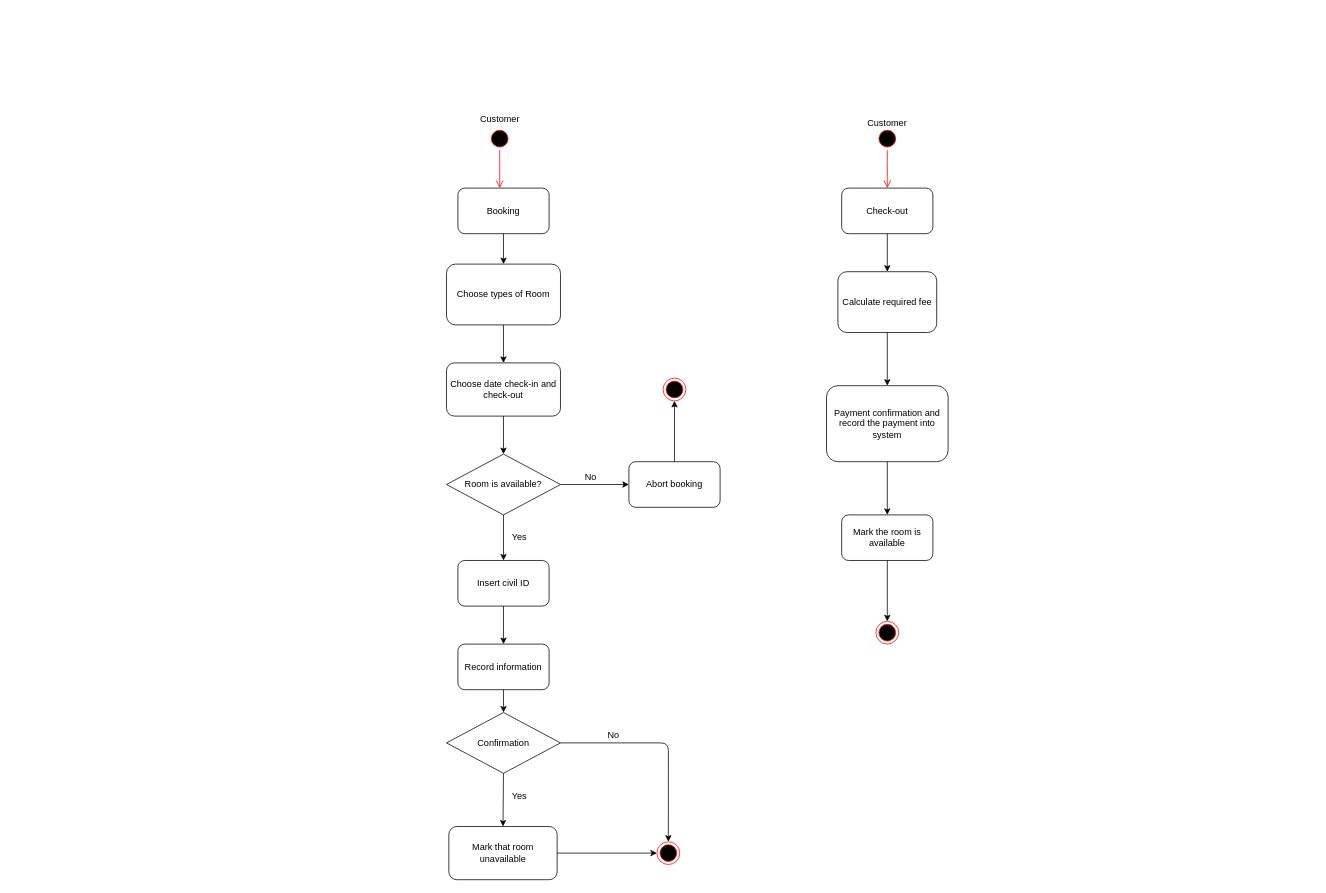
The draw.io diagram Diagram/Activity Diagram.drawio in jonathanha52/SE104.L23.PMCL, before the edit. Source tidied: cells renumbered, new cells numbered last; positions are measured from the earlier drawing's top-left corner, leaving out a move shared by most shapes. Both pictures are drawn from the tidied source at 76%, with x=0, y=0 at pixel (446, 104).
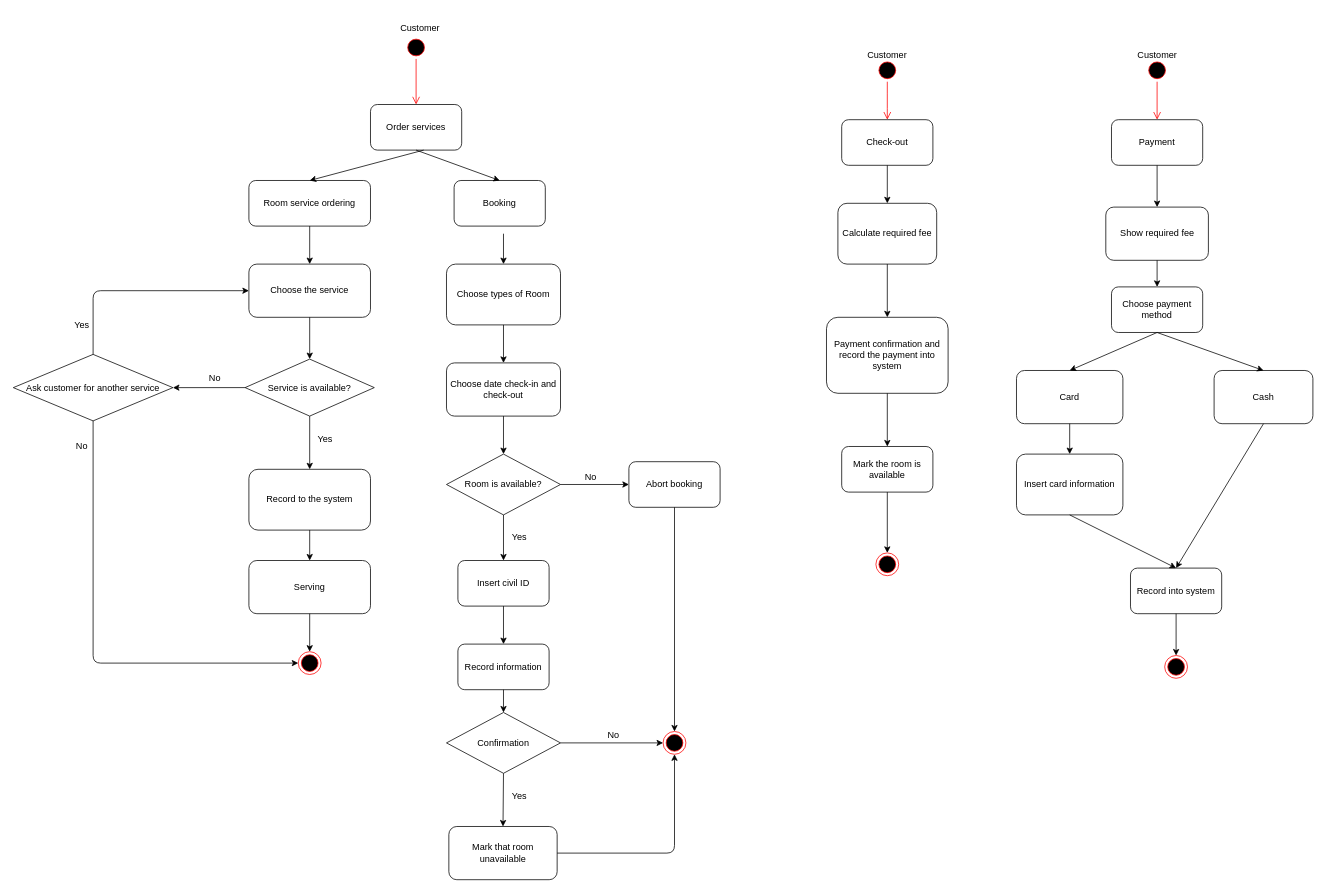
After the change.

Unchanged cells that the change refers to:
```xml
<mxCell id="6" value="Choose types of Room" style="rounded=1;whiteSpace=wrap;html=1;" parent="1" vertex="1">
  <mxGeometry y="210" width="150" height="80" as="geometry" />
</mxCell>
<mxCell id="8" value="Abort booking" style="rounded=1;whiteSpace=wrap;html=1;" parent="1" vertex="1">
  <mxGeometry x="240" y="470" width="120" height="60" as="geometry" />
</mxCell>
<mxCell id="9" value="Room is available?" style="rhombus;whiteSpace=wrap;html=1;" parent="1" vertex="1">
  <mxGeometry y="460" width="150" height="80" as="geometry" />
</mxCell>
<mxCell id="21" value="Mark that room unavailable" style="rounded=1;whiteSpace=wrap;html=1;" parent="1" vertex="1">
  <mxGeometry x="3.1" y="950" width="142.5" height="70" as="geometry" />
</mxCell>
<mxCell id="27" value="Confirmation" style="rhombus;whiteSpace=wrap;html=1;" parent="1" vertex="1">
  <mxGeometry y="800" width="150" height="80" as="geometry" />
</mxCell>
```

Diff of the diagram source:
```diff
@@
-    <mxCell id="2" style="ellipse;html=1;shape=startState;fillColor=#000000;strokeColor=#ff0000;" parent="1" vertex="1">
-      <mxGeometry x="55" y="30" width="30" height="30" as="geometry" />
-    </mxCell>
-    <mxCell id="3" style="edgeStyle=orthogonalEdgeStyle;html=1;verticalAlign=bottom;endArrow=open;endSize=8;strokeColor=#ff0000;" parent="1" edge="1">
-      <mxGeometry relative="1" as="geometry">
-        <mxPoint x="70" y="60" as="sourcePoint" />
-        <mxPoint x="70" y="110" as="targetPoint" />
-      </mxGeometry>
-    </mxCell>
     <mxCell id="4" value="Booking" style="rounded=1;whiteSpace=wrap;html=1;" parent="1" vertex="1">
-      <mxGeometry x="15" y="110" width="120" height="60" as="geometry" />
+      <mxGeometry x="10" y="100" width="120" height="60" as="geometry" />
     </mxCell>
     <mxCell id="5" value="Customer" style="text;html=1;strokeColor=none;fillColor=none;align=center;verticalAlign=middle;whiteSpace=wrap;rounded=0;" parent="1" vertex="1">
-      <mxGeometry x="23.8" width="92.5" height="40" as="geometry" />
+      <mxGeometry x="-81.2" y="-120" width="92.5" height="40" as="geometry" />
     </mxCell>
@@
-    <mxCell id="7" style="endArrow=classic;html=1;exitX=0.5;exitY=1;exitDx=0;exitDy=0;entryX=0.5;entryY=0;entryDx=0;entryDy=0;" parent="1" edge="1" source="4" target="6">
-      <mxGeometry relative="1" as="geometry" />
+    <mxCell id="7" style="endArrow=classic;html=1;exitX=0.5;exitY=1;exitDx=0;exitDy=0;entryX=0.5;entryY=0;entryDx=0;entryDy=0;" parent="1" edge="1" target="6">
+      <mxGeometry relative="1" as="geometry">
+        <mxPoint x="75" y="170" as="sourcePoint" />
+      </mxGeometry>
     </mxCell>
@@
-    <mxCell id="10" style="endArrow=classic;html=1;entryX=0;entryY=0.5;entryDx=0;entryDy=0;exitX=1;exitY=0.5;exitDx=0;exitDy=0;" parent="1" edge="1" source="9" target="8">
-      <mxGeometry relative="1" as="geometry" />
+    <mxCell id="10" style="endArrow=classic;html=1;entryX=0;entryY=0.5;entryDx=0;entryDy=0;exitX=1;exitY=0.5;exitDx=0;exitDy=0;" parent="1" edge="1" source="9">
+      <mxGeometry relative="1" as="geometry">
+        <mxPoint x="240" y="500" as="targetPoint" />
+      </mxGeometry>
     </mxCell>
@@
-    <mxCell id="12" style="ellipse;html=1;shape=endState;fillColor=#000000;strokeColor=#ff0000;" parent="1" vertex="1">
-      <mxGeometry x="285" y="360" width="30" height="30" as="geometry" />
-    </mxCell>
-    <mxCell id="13" style="endArrow=classic;html=1;entryX=0.5;entryY=1;entryDx=0;entryDy=0;exitX=0.5;exitY=0;exitDx=0;exitDy=0;" parent="1" edge="1" source="8" target="12">
-      <mxGeometry relative="1" as="geometry" />
-    </mxCell>
@@
     <mxCell id="24" style="ellipse;html=1;shape=endState;fillColor=#000000;strokeColor=#ff0000;" parent="1" vertex="1">
-      <mxGeometry x="276.9" y="970" width="30" height="30" as="geometry" />
+      <mxGeometry x="285" y="825" width="30" height="30" as="geometry" />
     </mxCell>
-    <mxCell id="25" style="endArrow=classic;html=1;exitX=1;exitY=0.5;exitDx=0;exitDy=0;entryX=0;entryY=0.5;entryDx=0;entryDy=0;" parent="1" edge="1" source="21" target="24">
-      <mxGeometry relative="1" as="geometry" />
-    </mxCell>
@@
-    <mxCell id="30" style="endArrow=classic;html=1;exitX=1;exitY=0.5;exitDx=0;exitDy=0;entryX=0.5;entryY=0;entryDx=0;entryDy=0;" parent="1" edge="1" source="27" target="24">
-      <mxGeometry relative="1" as="geometry">
-        <Array as="points">
-          <mxPoint x="292" y="840" />
-        </Array>
-      </mxGeometry>
-    </mxCell>
     <mxCell id="31" style="ellipse;html=1;shape=startState;fillColor=#000000;strokeColor=#ff0000;" parent="1" vertex="1">
-      <mxGeometry x="565" y="30" width="30" height="30" as="geometry" />
+      <mxGeometry x="565" y="-60" width="30" height="30" as="geometry" />
     </mxCell>
     <mxCell id="32" style="edgeStyle=orthogonalEdgeStyle;html=1;verticalAlign=bottom;endArrow=open;endSize=8;strokeColor=#ff0000;" parent="1" edge="1" source="31">
       <mxGeometry relative="1" as="geometry">
-        <mxPoint x="580" y="110" as="targetPoint" />
+        <mxPoint x="580" y="20" as="targetPoint" />
       </mxGeometry>
     </mxCell>
     <mxCell id="33" value="Check-out" style="rounded=1;whiteSpace=wrap;html=1;" parent="1" vertex="1">
-      <mxGeometry x="520" y="110" width="120" height="60" as="geometry" />
+      <mxGeometry x="520" y="20" width="120" height="60" as="geometry" />
     </mxCell>
     <mxCell id="34" value="Calculate required fee" style="rounded=1;whiteSpace=wrap;html=1;" parent="1" vertex="1">
-      <mxGeometry x="515" y="220" width="130" height="80" as="geometry" />
+      <mxGeometry x="515" y="130" width="130" height="80" as="geometry" />
     </mxCell>
     <mxCell id="35" value="Customer" style="text;html=1;strokeColor=none;fillColor=none;align=center;verticalAlign=middle;whiteSpace=wrap;rounded=0;" parent="1" vertex="1">
-      <mxGeometry x="535" y="10" width="90" height="30" as="geometry" />
+      <mxGeometry x="535" y="-80" width="90" height="30" as="geometry" />
     </mxCell>
@@
     <mxCell id="37" value="Mark the room is available" style="rounded=1;whiteSpace=wrap;html=1;" parent="1" vertex="1">
-      <mxGeometry x="520" y="540" width="120" height="60" as="geometry" />
+      <mxGeometry x="520" y="450" width="120" height="60" as="geometry" />
     </mxCell>
     <mxCell id="38" style="ellipse;html=1;shape=endState;fillColor=#000000;strokeColor=#ff0000;" parent="1" vertex="1">
-      <mxGeometry x="565" y="680" width="30" height="30" as="geometry" />
+      <mxGeometry x="565" y="590" width="30" height="30" as="geometry" />
     </mxCell>
@@
     <mxCell id="41" value="Payment confirmation and record the payment into system" style="rounded=1;whiteSpace=wrap;html=1;" parent="1" vertex="1">
-      <mxGeometry x="500" y="370" width="160" height="100" as="geometry" />
+      <mxGeometry x="500" y="280" width="160" height="100" as="geometry" />
     </mxCell>
@@
+    <mxCell id="43" style="ellipse;html=1;shape=startState;fillColor=#000000;strokeColor=#ff0000;" parent="1" vertex="1">
+      <mxGeometry x="-55" y="-90" width="30" height="30" as="geometry" />
+    </mxCell>
+    <mxCell id="44" style="edgeStyle=orthogonalEdgeStyle;html=1;verticalAlign=bottom;endArrow=open;endSize=8;strokeColor=#ff0000;entryX=0.5;entryY=0;entryDx=0;entryDy=0;" parent="1" edge="1" source="43" target="45">
+      <mxGeometry relative="1" as="geometry" />
+    </mxCell>
+    <mxCell id="45" value="Order services" style="rounded=1;whiteSpace=wrap;html=1;" parent="1" vertex="1">
+      <mxGeometry x="-100" width="120" height="60" as="geometry" />
+    </mxCell>
+    <mxCell id="46" style="endArrow=classic;html=1;exitX=0.5;exitY=1;exitDx=0;exitDy=0;entryX=0.5;entryY=0;entryDx=0;entryDy=0;" parent="1" edge="1" source="45" target="4">
+      <mxGeometry relative="1" as="geometry" />
+    </mxCell>
+    <mxCell id="47" value="Room service ordering" style="rounded=1;whiteSpace=wrap;html=1;" parent="1" vertex="1">
+      <mxGeometry x="-260" y="100" width="160" height="60" as="geometry" />
+    </mxCell>
+    <mxCell id="48" style="endArrow=classic;html=1;entryX=0.5;entryY=0;entryDx=0;entryDy=0;" parent="1" edge="1" target="47">
+      <mxGeometry relative="1" as="geometry">
+        <mxPoint x="-30" y="60" as="sourcePoint" />
+      </mxGeometry>
+    </mxCell>
+    <mxCell id="49" value="Choose the service" style="rounded=1;whiteSpace=wrap;html=1;" parent="1" vertex="1">
+      <mxGeometry x="-260" y="210" width="160" height="70" as="geometry" />
+    </mxCell>
+    <mxCell id="50" style="endArrow=classic;html=1;exitX=0.5;exitY=1;exitDx=0;exitDy=0;entryX=0.5;entryY=0;entryDx=0;entryDy=0;" parent="1" edge="1" source="8" target="24">
+      <mxGeometry relative="1" as="geometry" />
+    </mxCell>
+    <mxCell id="25" style="endArrow=classic;html=1;exitX=1;exitY=0.5;exitDx=0;exitDy=0;entryX=0.5;entryY=1;entryDx=0;entryDy=0;" parent="1" edge="1" source="21" target="24">
+      <mxGeometry relative="1" as="geometry">
+        <Array as="points">
+          <mxPoint x="300" y="985" />
+        </Array>
+      </mxGeometry>
+    </mxCell>
+    <mxCell id="30" style="endArrow=classic;html=1;entryX=0;entryY=0.5;entryDx=0;entryDy=0;" parent="1" edge="1" source="27" target="24">
+      <mxGeometry relative="1" as="geometry" />
+    </mxCell>
+    <mxCell id="51" value="Service is available?" style="rhombus;whiteSpace=wrap;html=1;" parent="1" vertex="1">
+      <mxGeometry x="-265" y="335" width="170" height="75" as="geometry" />
+    </mxCell>
+    <mxCell id="52" value="Record to the system" style="rounded=1;whiteSpace=wrap;html=1;" parent="1" vertex="1">
+      <mxGeometry x="-260" y="480" width="160" height="80" as="geometry" />
+    </mxCell>
+    <mxCell id="53" value="Serving" style="rounded=1;whiteSpace=wrap;html=1;" parent="1" vertex="1">
+      <mxGeometry x="-260" y="600" width="160" height="70" as="geometry" />
+    </mxCell>
+    <mxCell id="54" style="endArrow=classic;html=1;exitX=0.5;exitY=1;exitDx=0;exitDy=0;entryX=0.5;entryY=0;entryDx=0;entryDy=0;" parent="1" edge="1" source="51" target="52">
+      <mxGeometry relative="1" as="geometry" />
+    </mxCell>
+    <mxCell id="55" value="Yes" style="text;html=1;align=center;verticalAlign=middle;strokeColor=none;" parent="1" vertex="1">
+      <mxGeometry x="-175" y="430" width="30" height="20" as="geometry" />
+    </mxCell>
+    <mxCell id="56" style="endArrow=classic;html=1;exitX=0;exitY=0.5;exitDx=0;exitDy=0;entryX=1;entryY=0.5;entryDx=0;entryDy=0;" parent="1" edge="1" source="51" target="58">
+      <mxGeometry relative="1" as="geometry" />
+    </mxCell>
+    <mxCell id="57" value="No" style="text;html=1;align=center;verticalAlign=middle;strokeColor=none;" parent="1" vertex="1">
+      <mxGeometry x="-320" y="350" width="30" height="20" as="geometry" />
+    </mxCell>
+    <mxCell id="58" value="&lt;span&gt;Ask customer for another service&lt;/span&gt;" style="rhombus;whiteSpace=wrap;html=1;" parent="1" vertex="1">
+      <mxGeometry x="-570" y="328.8" width="210" height="87.5" as="geometry" />
+    </mxCell>
+    <mxCell id="59" style="endArrow=classic;html=1;exitX=0.5;exitY=1;exitDx=0;exitDy=0;entryX=0.5;entryY=0;entryDx=0;entryDy=0;" parent="1" edge="1" source="52" target="53">
+      <mxGeometry relative="1" as="geometry" />
+    </mxCell>
+    <mxCell id="60" style="endArrow=classic;html=1;exitX=0.5;exitY=0;exitDx=0;exitDy=0;entryX=0;entryY=0.5;entryDx=0;entryDy=0;" parent="1" edge="1" source="58" target="49">
+      <mxGeometry relative="1" as="geometry">
+        <Array as="points">
+          <mxPoint x="-465" y="245" />
+        </Array>
+      </mxGeometry>
+    </mxCell>
+    <mxCell id="61" value="Yes" style="text;html=1;align=center;verticalAlign=middle;strokeColor=none;" parent="1" vertex="1">
+      <mxGeometry x="-495" y="280" width="30" height="20" as="geometry" />
+    </mxCell>
+    <mxCell id="62" style="endArrow=classic;html=1;exitX=0.5;exitY=1;exitDx=0;exitDy=0;" parent="1" edge="1" source="58" target="63">
+      <mxGeometry relative="1" as="geometry">
+        <Array as="points">
+          <mxPoint x="-465" y="735" />
+        </Array>
+      </mxGeometry>
+    </mxCell>
+    <mxCell id="63" style="ellipse;html=1;shape=endState;fillColor=#000000;strokeColor=#ff0000;" parent="1" vertex="1">
+      <mxGeometry x="-195" y="720" width="30" height="30" as="geometry" />
+    </mxCell>
+    <mxCell id="64" style="endArrow=classic;html=1;exitX=0.5;exitY=1;exitDx=0;exitDy=0;entryX=0.5;entryY=0;entryDx=0;entryDy=0;" parent="1" edge="1" source="53" target="63">
+      <mxGeometry relative="1" as="geometry" />
+    </mxCell>
+    <mxCell id="65" value="No" style="text;html=1;align=center;verticalAlign=middle;strokeColor=none;" parent="1" vertex="1">
+      <mxGeometry x="-495" y="440" width="30" height="20" as="geometry" />
+    </mxCell>
+    <mxCell id="66" style="endArrow=classic;html=1;exitX=0.5;exitY=1;exitDx=0;exitDy=0;entryX=0.5;entryY=0;entryDx=0;entryDy=0;" parent="1" edge="1" source="49" target="51">
+      <mxGeometry relative="1" as="geometry" />
+    </mxCell>
+    <mxCell id="67" style="endArrow=classic;html=1;exitX=0.5;exitY=1;exitDx=0;exitDy=0;" parent="1" edge="1" source="47" target="49">
+      <mxGeometry relative="1" as="geometry" />
+    </mxCell>
+    <mxCell id="68" style="ellipse;html=1;shape=startState;fillColor=#000000;strokeColor=#ff0000;" parent="1" vertex="1">
+      <mxGeometry x="920" y="-60" width="30" height="30" as="geometry" />
+    </mxCell>
+    <mxCell id="69" style="edgeStyle=orthogonalEdgeStyle;html=1;verticalAlign=bottom;endArrow=open;endSize=8;strokeColor=#ff0000;entryX=0.5;entryY=0;entryDx=0;entryDy=0;" parent="1" edge="1" source="68" target="71">
+      <mxGeometry relative="1" as="geometry" />
+    </mxCell>
+    <mxCell id="70" value="Customer" style="text;html=1;align=center;verticalAlign=middle;strokeColor=none;" parent="1" vertex="1">
+      <mxGeometry x="900" y="-75" width="70" height="20" as="geometry" />
+    </mxCell>
+    <mxCell id="71" value="Payment" style="rounded=1;whiteSpace=wrap;html=1;" parent="1" vertex="1">
+      <mxGeometry x="875" y="20" width="120" height="60" as="geometry" />
+    </mxCell>
+    <mxCell id="72" value="Choose payment method" style="rounded=1;whiteSpace=wrap;html=1;" parent="1" vertex="1">
+      <mxGeometry x="875" y="240" width="120" height="60" as="geometry" />
+    </mxCell>
+    <mxCell id="73" value="Card" style="rounded=1;whiteSpace=wrap;html=1;" parent="1" vertex="1">
+      <mxGeometry x="750" y="350" width="140" height="70" as="geometry" />
+    </mxCell>
+    <mxCell id="74" value="Cash" style="rounded=1;whiteSpace=wrap;html=1;" parent="1" vertex="1">
+      <mxGeometry x="1010" y="350" width="130" height="70" as="geometry" />
+    </mxCell>
+    <mxCell id="75" value="Show required fee" style="rounded=1;whiteSpace=wrap;html=1;" parent="1" vertex="1">
+      <mxGeometry x="867.5" y="135" width="135" height="70" as="geometry" />
+    </mxCell>
+    <mxCell id="76" value="Insert card information" style="rounded=1;whiteSpace=wrap;html=1;" parent="1" vertex="1">
+      <mxGeometry x="750" y="460" width="140" height="80" as="geometry" />
+    </mxCell>
+    <mxCell id="77" style="endArrow=classic;html=1;exitX=0.5;exitY=1;exitDx=0;exitDy=0;entryX=0.5;entryY=0;entryDx=0;entryDy=0;" parent="1" edge="1" source="71" target="75">
+      <mxGeometry relative="1" as="geometry" />
+    </mxCell>
+    <mxCell id="78" style="endArrow=classic;html=1;exitX=0.5;exitY=1;exitDx=0;exitDy=0;entryX=0.5;entryY=0;entryDx=0;entryDy=0;" parent="1" edge="1" source="75" target="72">
+      <mxGeometry relative="1" as="geometry" />
+    </mxCell>
+    <mxCell id="79" style="endArrow=classic;html=1;exitX=0.5;exitY=1;exitDx=0;exitDy=0;entryX=0.5;entryY=0;entryDx=0;entryDy=0;" parent="1" edge="1" source="72" target="73">
+      <mxGeometry relative="1" as="geometry" />
+    </mxCell>
+    <mxCell id="80" style="endArrow=classic;html=1;exitX=0.5;exitY=1;exitDx=0;exitDy=0;entryX=0.5;entryY=0;entryDx=0;entryDy=0;" parent="1" edge="1" source="72" target="74">
+      <mxGeometry relative="1" as="geometry" />
+    </mxCell>
+    <mxCell id="81" value="Record into system" style="rounded=1;whiteSpace=wrap;html=1;" parent="1" vertex="1">
+      <mxGeometry x="900" y="610" width="120" height="60" as="geometry" />
+    </mxCell>
+    <mxCell id="82" style="endArrow=classic;html=1;exitX=0.5;exitY=1;exitDx=0;exitDy=0;entryX=0.5;entryY=0;entryDx=0;entryDy=0;" parent="1" edge="1" source="73" target="76">
+      <mxGeometry relative="1" as="geometry" />
+    </mxCell>
+    <mxCell id="83" style="endArrow=classic;html=1;exitX=0.5;exitY=1;exitDx=0;exitDy=0;entryX=0.5;entryY=0;entryDx=0;entryDy=0;" parent="1" edge="1" source="74" target="81">
+      <mxGeometry relative="1" as="geometry" />
+    </mxCell>
+    <mxCell id="84" style="endArrow=classic;html=1;exitX=0.5;exitY=1;exitDx=0;exitDy=0;entryX=0.5;entryY=0;entryDx=0;entryDy=0;" parent="1" edge="1" source="76" target="81">
+      <mxGeometry relative="1" as="geometry" />
+    </mxCell>
+    <mxCell id="85" style="ellipse;html=1;shape=endState;fillColor=#000000;strokeColor=#ff0000;" parent="1" vertex="1">
+      <mxGeometry x="945" y="725" width="30" height="30" as="geometry" />
+    </mxCell>
+    <mxCell id="86" style="endArrow=classic;html=1;exitX=0.5;exitY=1;exitDx=0;exitDy=0;entryX=0.5;entryY=0;entryDx=0;entryDy=0;" parent="1" edge="1" source="81" target="85">
+      <mxGeometry relative="1" as="geometry" />
+    </mxCell>
```
